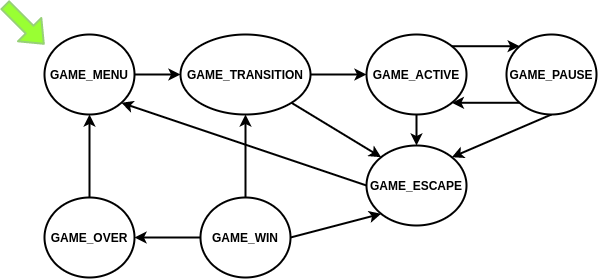
Above: docs/img/state_machine.png in hvlds/kurve (draw.io), before the change. Source tidied: cells renumbered, new cells last; positions are measured from the earlier drawing's top-left corner, leaving out a move shared by most shapes.
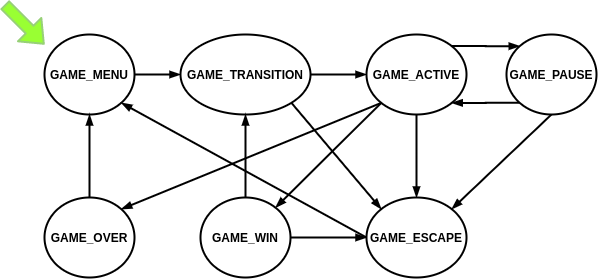
The same diagram one commit later.

What changed in the source:
```diff
@@ -2,62 +2,65 @@
   <root>
     <mxCell id="0" />
     <mxCell id="1" parent="0" />
-    <mxCell id="2" style="edgeStyle=orthogonalEdgeStyle;rounded=0;jettySize=auto;html=1;strokeWidth=2;" parent="1" edge="1" source="3" target="6">
+    <mxCell id="2" style="edgeStyle=orthogonalEdgeStyle;rounded=0;jettySize=auto;html=1;strokeWidth=2;endArrow=blockThin;endFill=1;" parent="1" edge="1" source="3" target="6">
       <mxGeometry relative="1" as="geometry" />
     </mxCell>
     <mxCell id="3" value="&lt;b&gt;GAME_MENU&lt;/b&gt;" style="ellipse;whiteSpace=wrap;html=1;strokeWidth=2;" parent="1" vertex="1">
       <mxGeometry x="40" y="30" width="90" height="80" as="geometry" />
     </mxCell>
-    <mxCell id="4" style="edgeStyle=orthogonalEdgeStyle;rounded=0;jettySize=auto;html=1;exitX=1;exitY=0.5;exitDx=0;exitDy=0;entryX=0;entryY=0.5;entryDx=0;entryDy=0;strokeWidth=2;" parent="1" edge="1" source="6" target="9">
+    <mxCell id="4" style="edgeStyle=orthogonalEdgeStyle;rounded=0;jettySize=auto;html=1;exitX=1;exitY=0.5;exitDx=0;exitDy=0;entryX=0;entryY=0.5;entryDx=0;entryDy=0;strokeWidth=2;endArrow=blockThin;endFill=1;" parent="1" edge="1" source="6" target="9">
       <mxGeometry relative="1" as="geometry" />
     </mxCell>
-    <mxCell id="5" style="edgeStyle=none;rounded=0;jettySize=auto;html=1;exitX=1;exitY=1;exitDx=0;exitDy=0;entryX=0;entryY=0;entryDx=0;entryDy=0;strokeWidth=2;" parent="1" edge="1" source="6" target="20">
+    <mxCell id="5" style="edgeStyle=none;rounded=0;jettySize=auto;html=1;exitX=1;exitY=1;exitDx=0;exitDy=0;entryX=0;entryY=0;entryDx=0;entryDy=0;strokeWidth=2;endArrow=blockThin;endFill=1;" parent="1" edge="1" source="6" target="20">
       <mxGeometry relative="1" as="geometry" />
     </mxCell>
     <mxCell id="6" value="&lt;b&gt;GAME_TRANSITION&lt;/b&gt;" style="ellipse;whiteSpace=wrap;html=1;strokeWidth=2;" parent="1" vertex="1">
       <mxGeometry x="176" y="30" width="130" height="80" as="geometry" />
     </mxCell>
-    <mxCell id="7" style="edgeStyle=orthogonalEdgeStyle;rounded=0;jettySize=auto;html=1;exitX=1;exitY=0;exitDx=0;exitDy=0;entryX=0;entryY=0;entryDx=0;entryDy=0;strokeWidth=2;" parent="1" edge="1" source="9" target="12">
+    <mxCell id="7" style="edgeStyle=orthogonalEdgeStyle;rounded=0;jettySize=auto;html=1;exitX=1;exitY=0;exitDx=0;exitDy=0;entryX=0;entryY=0;entryDx=0;entryDy=0;strokeWidth=2;endArrow=blockThin;endFill=1;" parent="1" edge="1" source="9" target="12">
       <mxGeometry relative="1" as="geometry" />
     </mxCell>
-    <mxCell id="8" style="edgeStyle=orthogonalEdgeStyle;rounded=0;jettySize=auto;html=1;exitX=0.5;exitY=1;exitDx=0;exitDy=0;entryX=0.5;entryY=0;entryDx=0;entryDy=0;strokeWidth=2;" parent="1" edge="1" source="9" target="20">
+    <mxCell id="8" style="edgeStyle=orthogonalEdgeStyle;rounded=0;jettySize=auto;html=1;exitX=0.5;exitY=1;exitDx=0;exitDy=0;entryX=0.5;entryY=0;entryDx=0;entryDy=0;strokeWidth=2;endArrow=blockThin;endFill=1;" parent="1" edge="1" source="9" target="20">
       <mxGeometry relative="1" as="geometry" />
     </mxCell>
+    <mxCell id="22" style="edgeStyle=none;rounded=0;jettySize=auto;html=1;exitX=0;exitY=1;exitDx=0;exitDy=0;strokeWidth=2;fillColor=#99FF33;endArrow=blockThin;endFill=1;" parent="1" edge="1" source="9" target="16">
+      <mxGeometry relative="1" as="geometry" />
+    </mxCell>
+    <mxCell id="23" style="edgeStyle=none;rounded=0;jettySize=auto;html=1;exitX=0;exitY=1;exitDx=0;exitDy=0;entryX=1;entryY=0;entryDx=0;entryDy=0;endArrow=blockThin;endFill=1;strokeColor=#000000;strokeWidth=2;fillColor=#99FF33;" parent="1" edge="1" source="9" target="18">
+      <mxGeometry relative="1" as="geometry" />
+    </mxCell>
     <mxCell id="9" value="&lt;b&gt;GAME_ACTIVE&lt;/b&gt;" style="ellipse;whiteSpace=wrap;html=1;strokeWidth=2;" parent="1" vertex="1">
       <mxGeometry x="362" y="30" width="100" height="80" as="geometry" />
     </mxCell>
-    <mxCell id="10" style="edgeStyle=orthogonalEdgeStyle;rounded=0;jettySize=auto;html=1;exitX=0;exitY=1;exitDx=0;exitDy=0;entryX=1;entryY=1;entryDx=0;entryDy=0;strokeWidth=2;" parent="1" edge="1" source="12" target="9">
+    <mxCell id="10" style="edgeStyle=orthogonalEdgeStyle;rounded=0;jettySize=auto;html=1;exitX=0;exitY=1;exitDx=0;exitDy=0;entryX=1;entryY=1;entryDx=0;entryDy=0;strokeWidth=2;endArrow=blockThin;endFill=1;" parent="1" edge="1" source="12" target="9">
       <mxGeometry relative="1" as="geometry" />
     </mxCell>
-    <mxCell id="11" style="rounded=0;jettySize=auto;html=1;exitX=0.5;exitY=1;exitDx=0;exitDy=0;entryX=1;entryY=0;entryDx=0;entryDy=0;strokeWidth=2;" parent="1" edge="1" source="12" target="20">
+    <mxCell id="11" style="rounded=0;jettySize=auto;html=1;exitX=0.5;exitY=1;exitDx=0;exitDy=0;entryX=1;entryY=0;entryDx=0;entryDy=0;strokeWidth=2;endArrow=blockThin;endFill=1;" parent="1" edge="1" source="12" target="20">
       <mxGeometry relative="1" as="geometry" />
     </mxCell>
     <mxCell id="12" value="&lt;b&gt;GAME_PAUSE&lt;/b&gt;" style="ellipse;whiteSpace=wrap;html=1;strokeWidth=2;" parent="1" vertex="1">
       <mxGeometry x="502" y="30" width="90" height="80" as="geometry" />
     </mxCell>
-    <mxCell id="13" style="edgeStyle=orthogonalEdgeStyle;rounded=0;jettySize=auto;html=1;entryX=1;entryY=0.5;entryDx=0;entryDy=0;strokeWidth=2;" parent="1" edge="1" source="16" target="18">
-      <mxGeometry relative="1" as="geometry" />
-    </mxCell>
-    <mxCell id="14" style="edgeStyle=orthogonalEdgeStyle;rounded=0;jettySize=auto;html=1;entryX=0.5;entryY=1;entryDx=0;entryDy=0;strokeWidth=2;" parent="1" edge="1" source="16" target="6">
+    <mxCell id="14" style="edgeStyle=orthogonalEdgeStyle;rounded=0;jettySize=auto;html=1;entryX=0.5;entryY=1;entryDx=0;entryDy=0;strokeWidth=2;endArrow=blockThin;endFill=1;" parent="1" edge="1" source="16" target="6">
       <mxGeometry relative="1" as="geometry" />
     </mxCell>
-    <mxCell id="15" style="edgeStyle=none;rounded=0;jettySize=auto;html=1;exitX=1;exitY=0.5;exitDx=0;exitDy=0;entryX=0;entryY=1;entryDx=0;entryDy=0;strokeWidth=2;" parent="1" edge="1" source="16" target="20">
+    <mxCell id="15" style="edgeStyle=none;rounded=0;jettySize=auto;html=1;exitX=1;exitY=0.5;exitDx=0;exitDy=0;entryX=0;entryY=0.5;entryDx=0;entryDy=0;strokeWidth=2;endArrow=blockThin;endFill=1;" parent="1" edge="1" source="16" target="20">
       <mxGeometry relative="1" as="geometry" />
     </mxCell>
     <mxCell id="16" value="&lt;b&gt;GAME_WIN&lt;/b&gt;" style="ellipse;whiteSpace=wrap;html=1;strokeWidth=2;" parent="1" vertex="1">
       <mxGeometry x="196" y="193" width="90" height="80" as="geometry" />
     </mxCell>
-    <mxCell id="17" style="edgeStyle=orthogonalEdgeStyle;rounded=0;jettySize=auto;html=1;entryX=0.5;entryY=1;entryDx=0;entryDy=0;strokeWidth=2;" parent="1" edge="1" source="18" target="3">
+    <mxCell id="17" style="edgeStyle=orthogonalEdgeStyle;rounded=0;jettySize=auto;html=1;entryX=0.5;entryY=1;entryDx=0;entryDy=0;strokeWidth=2;endArrow=blockThin;endFill=1;" parent="1" edge="1" source="18" target="3">
       <mxGeometry relative="1" as="geometry" />
     </mxCell>
     <mxCell id="18" value="&lt;b&gt;GAME_OVER&lt;/b&gt;" style="ellipse;whiteSpace=wrap;html=1;strokeWidth=2;" parent="1" vertex="1">
       <mxGeometry x="40" y="193" width="90" height="80" as="geometry" />
     </mxCell>
-    <mxCell id="19" style="edgeStyle=none;rounded=0;jettySize=auto;html=1;exitX=0;exitY=0.5;exitDx=0;exitDy=0;entryX=1;entryY=1;entryDx=0;entryDy=0;strokeWidth=2;" parent="1" edge="1" source="20" target="3">
+    <mxCell id="19" style="edgeStyle=none;rounded=0;jettySize=auto;html=1;exitX=0;exitY=0.5;exitDx=0;exitDy=0;entryX=1;entryY=1;entryDx=0;entryDy=0;strokeWidth=2;endArrow=blockThin;endFill=1;" parent="1" edge="1" source="20" target="3">
       <mxGeometry relative="1" as="geometry" />
     </mxCell>
     <mxCell id="20" value="&lt;b&gt;GAME_ESCAPE&lt;/b&gt;" style="ellipse;whiteSpace=wrap;html=1;strokeWidth=2;" parent="1" vertex="1">
-      <mxGeometry x="362" y="141" width="100" height="80" as="geometry" />
+      <mxGeometry x="362" y="193" width="100" height="80" as="geometry" />
     </mxCell>
     <mxCell id="21" style="shape=flexArrow;endArrow=classic;html=1;fillColor=#99FF33;strokeWidth=2;strokeColor=#97D077;" parent="1" edge="1">
       <mxGeometry relative="1" as="geometry">
```
